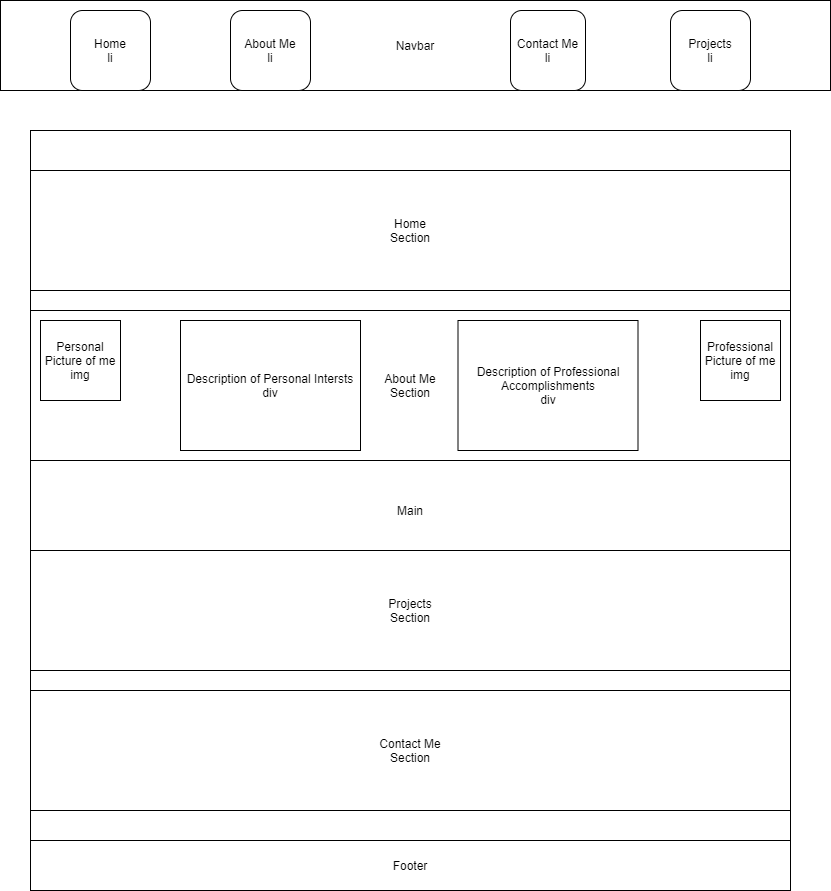
Above: brainstorming/wireframe.drawio.png in baHarmon1/baHarmon1.github.io (draw.io), before the change. Source tidied: cells renumbered, new cells last; positions are measured from the earlier drawing's top-left corner, leaving out a move shared by most shapes.
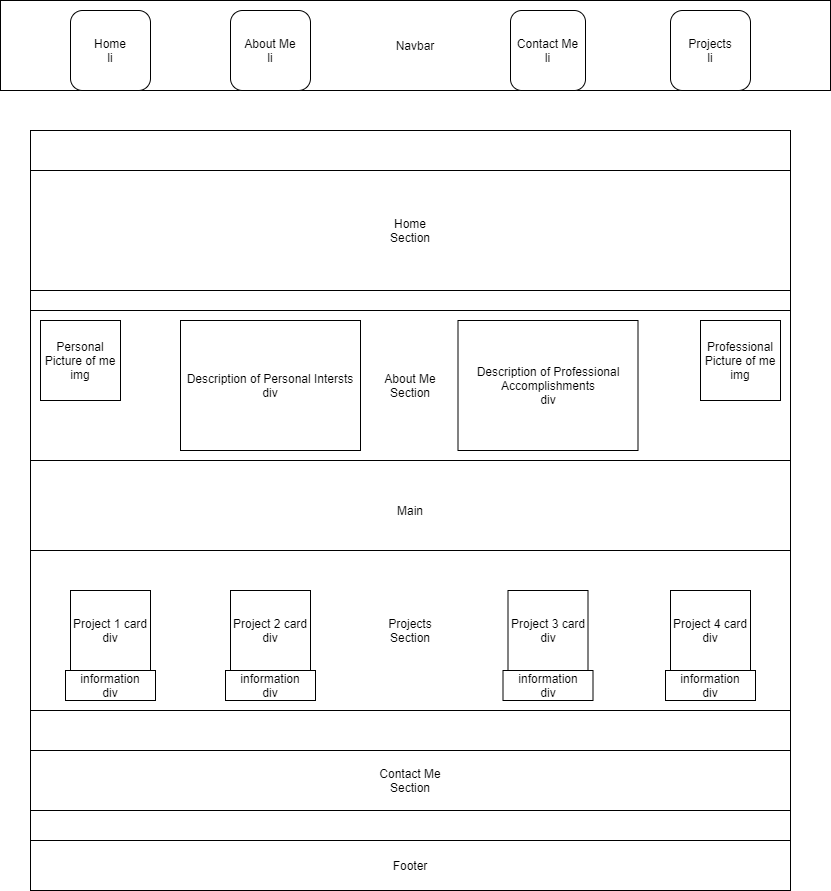
After the commit.

Commit message:
finished wireframe

The edit, as a diff of the source:
```diff
@@ -27,10 +27,10 @@
       <mxGeometry x="30" y="310" width="760" height="150" as="geometry" />
     </mxCell>
     <mxCell id="10" value="Contact Me&lt;br&gt;Section" style="rounded=0;whiteSpace=wrap;html=1;" parent="1" vertex="1">
-      <mxGeometry x="30" y="690" width="760" height="120" as="geometry" />
+      <mxGeometry x="30" y="750" width="760" height="60" as="geometry" />
     </mxCell>
     <mxCell id="11" value="Projects&lt;br&gt;Section" style="rounded=0;whiteSpace=wrap;html=1;" parent="1" vertex="1">
-      <mxGeometry x="30" y="550" width="760" height="120" as="geometry" />
+      <mxGeometry x="30" y="550" width="760" height="160" as="geometry" />
     </mxCell>
     <mxCell id="12" value="Footer" style="rounded=0;whiteSpace=wrap;html=1;" parent="1" vertex="1">
       <mxGeometry x="30" y="840" width="760" height="50" as="geometry" />
@@ -47,5 +47,29 @@
     <mxCell id="16" value="Professional&lt;br&gt;Picture of me&lt;br&gt;img" style="whiteSpace=wrap;html=1;" parent="1" vertex="1">
       <mxGeometry x="700" y="320" width="80" height="80" as="geometry" />
     </mxCell>
+    <mxCell id="17" value="Project 1 card&lt;br&gt;div" style="whiteSpace=wrap;html=1;" parent="1" vertex="1">
+      <mxGeometry x="70" y="590" width="80" height="80" as="geometry" />
+    </mxCell>
+    <mxCell id="18" value="&lt;span&gt;Project 2 card&lt;br&gt;div&lt;br&gt;&lt;/span&gt;" style="whiteSpace=wrap;html=1;" parent="1" vertex="1">
+      <mxGeometry x="230" y="590" width="80" height="80" as="geometry" />
+    </mxCell>
+    <mxCell id="19" value="&lt;span&gt;Project 4 card&lt;br&gt;div&lt;br&gt;&lt;/span&gt;" style="whiteSpace=wrap;html=1;" parent="1" vertex="1">
+      <mxGeometry x="670" y="590" width="80" height="80" as="geometry" />
+    </mxCell>
+    <mxCell id="20" value="&lt;span&gt;Project 3 card&lt;br&gt;div&lt;br&gt;&lt;/span&gt;" style="whiteSpace=wrap;html=1;" parent="1" vertex="1">
+      <mxGeometry x="507.5" y="590" width="80" height="80" as="geometry" />
+    </mxCell>
+    <mxCell id="21" value="information&lt;br&gt;div" style="rounded=0;whiteSpace=wrap;html=1;" parent="1" vertex="1">
+      <mxGeometry x="65" y="670" width="90" height="30" as="geometry" />
+    </mxCell>
+    <mxCell id="22" value="information&lt;br&gt;div" style="rounded=0;whiteSpace=wrap;html=1;" parent="1" vertex="1">
+      <mxGeometry x="225" y="670" width="90" height="30" as="geometry" />
+    </mxCell>
+    <mxCell id="23" value="information&lt;br&gt;div" style="rounded=0;whiteSpace=wrap;html=1;" parent="1" vertex="1">
+      <mxGeometry x="502.5" y="670" width="90" height="30" as="geometry" />
+    </mxCell>
+    <mxCell id="24" value="information&lt;br&gt;div" style="rounded=0;whiteSpace=wrap;html=1;" parent="1" vertex="1">
+      <mxGeometry x="665" y="670" width="90" height="30" as="geometry" />
+    </mxCell>
   </root>
 </mxGraphModel>
```
